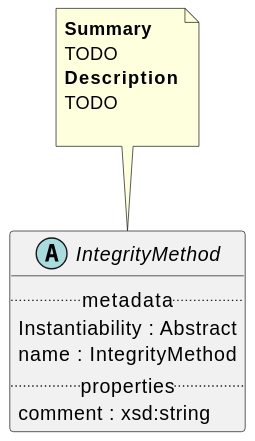
This is Classes/IntegrityMethod.svg from maxhbr/spec-parser.hs, a PlantUML export, as it was before one commit.
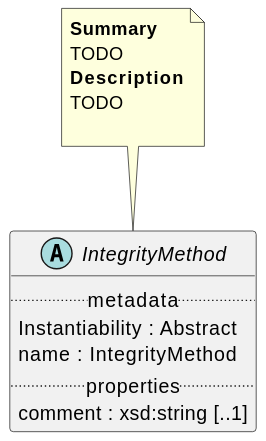
After the commit.

The edit, as a diff of the source:
```diff
@@ -4,7 +4,7 @@
     Instantiability : Abstract
     name : IntegrityMethod
 .. properties ..
-    comment : xsd:string
+    comment : xsd:string [..1]
 }
 note top of IntegrityMethod
 <b>Summary</b>
```
